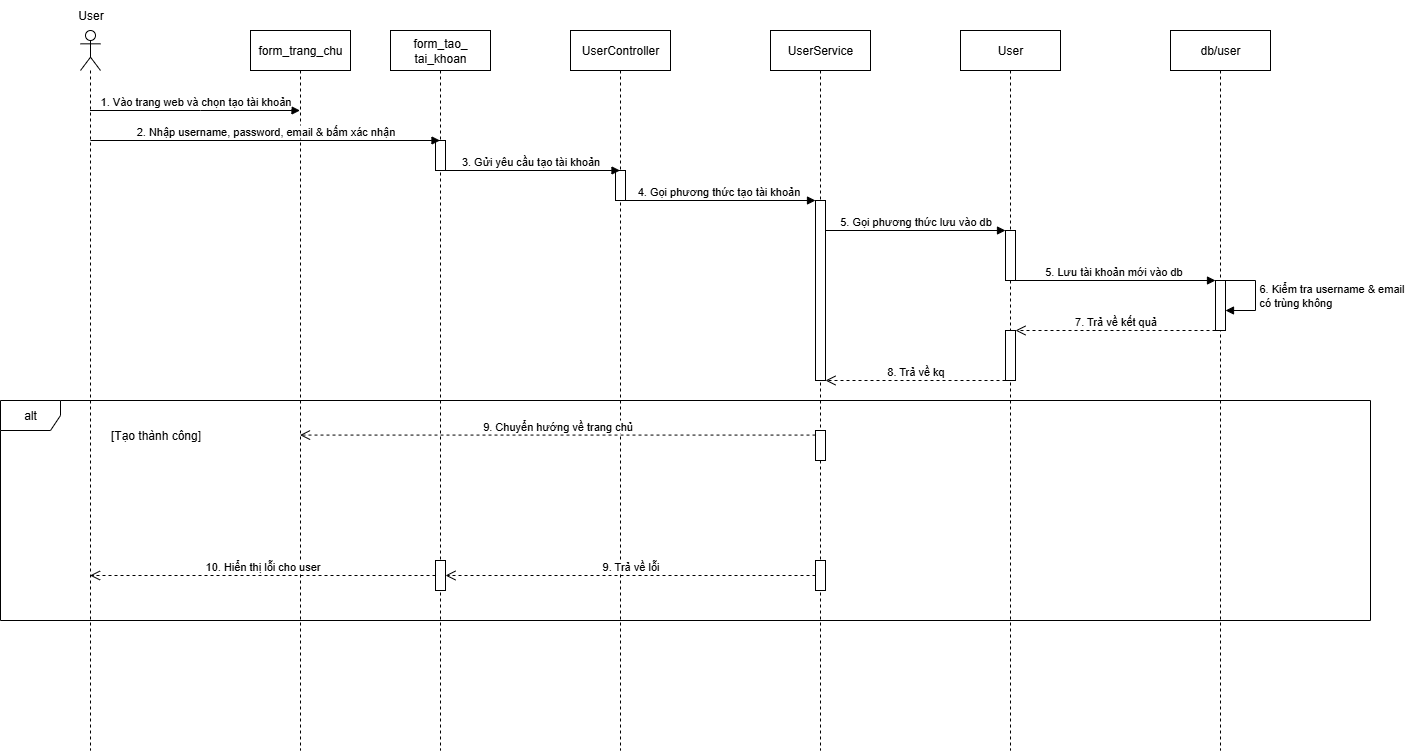
Earlier version of the draw.io export create_user_sequence.drawio.png (huyga1185/but). Source tidied: cells renumbered, new cells last; positions are measured from the earlier drawing's top-left corner, leaving out a move shared by most shapes. The source it was exported from:
```xml
<mxGraphModel>
  <root>
    <mxCell id="0" />
    <mxCell id="1" parent="0" />
    <mxCell id="2" style="shape=umlLifeline;perimeter=lifelinePerimeter;whiteSpace=wrap;html=1;outlineConnect=0;portConstraint=eastwest;newEdgeStyle={&quot;curved&quot;:0,&quot;rounded&quot;:0};participant=umlActor;" parent="1" vertex="1">
      <mxGeometry x="80" y="30" width="20" height="720" as="geometry" />
    </mxCell>
    <mxCell id="3" value="form_tao_&lt;br&gt;tai_khoan" style="shape=umlLifeline;perimeter=lifelinePerimeter;whiteSpace=wrap;html=1;newEdgeStyle={&quot;curved&quot;:0,&quot;rounded&quot;:0};" parent="1" vertex="1">
      <mxGeometry x="390" y="30" width="100" height="720" as="geometry" />
    </mxCell>
    <mxCell id="4" style="html=1;perimeter=orthogonalPerimeter;targetShapes=umlLifeline;newEdgeStyle={&quot;curved&quot;:0,&quot;rounded&quot;:0};" parent="3" vertex="1">
      <mxGeometry x="45" y="110" width="10" height="30" as="geometry" />
    </mxCell>
    <mxCell id="5" value="UserController" style="shape=umlLifeline;perimeter=lifelinePerimeter;whiteSpace=wrap;html=1;newEdgeStyle={&quot;curved&quot;:0,&quot;rounded&quot;:0};" parent="1" vertex="1">
      <mxGeometry x="570" y="30" width="100" height="720" as="geometry" />
    </mxCell>
    <mxCell id="6" style="html=1;perimeter=orthogonalPerimeter;targetShapes=umlLifeline;newEdgeStyle={&quot;curved&quot;:0,&quot;rounded&quot;:0};" parent="5" vertex="1">
      <mxGeometry x="45" y="140" width="10" height="30" as="geometry" />
    </mxCell>
    <mxCell id="7" value="User" style="shape=umlLifeline;perimeter=lifelinePerimeter;whiteSpace=wrap;html=1;newEdgeStyle={&quot;curved&quot;:0,&quot;rounded&quot;:0};" parent="1" vertex="1">
      <mxGeometry x="960" y="30" width="100" height="720" as="geometry" />
    </mxCell>
    <mxCell id="8" style="html=1;perimeter=orthogonalPerimeter;targetShapes=umlLifeline;newEdgeStyle={&quot;curved&quot;:0,&quot;rounded&quot;:0};" parent="7" vertex="1">
      <mxGeometry x="45" y="200" width="10" height="50" as="geometry" />
    </mxCell>
    <mxCell id="9" style="html=1;points=[[0,0,0,0,5],[0,1,0,0,-5],[1,0,0,0,5],[1,1,0,0,-5]];perimeter=orthogonalPerimeter;outlineConnect=0;targetShapes=umlLifeline;portConstraint=eastwest;newEdgeStyle={&quot;curved&quot;:0,&quot;rounded&quot;:0};" parent="7" vertex="1">
      <mxGeometry x="45" y="300" width="10" height="50" as="geometry" />
    </mxCell>
    <mxCell id="10" value="db/user" style="shape=umlLifeline;perimeter=lifelinePerimeter;whiteSpace=wrap;html=1;newEdgeStyle={&quot;curved&quot;:0,&quot;rounded&quot;:0};" parent="1" vertex="1">
      <mxGeometry x="1170" y="30" width="100" height="720" as="geometry" />
    </mxCell>
    <mxCell id="11" value="6. Kiểm tra username &amp;amp; email&lt;br&gt;có trùng không" style="html=1;align=left;spacingLeft=2;endArrow=block;rounded=0;edgeStyle=orthogonalEdgeStyle;curved=0;rounded=0;" parent="10" edge="1">
      <mxGeometry relative="1" as="geometry">
        <mxPoint x="55" y="250" as="sourcePoint" />
        <mxPoint x="55" y="280" as="targetPoint" />
        <Array as="points">
          <mxPoint x="85" y="250" />
          <mxPoint x="85" y="280" />
        </Array>
      </mxGeometry>
    </mxCell>
    <mxCell id="12" style="html=1;points=[[0,0,0,0,5],[0,1,0,0,-5],[1,0,0,0,5],[1,1,0,0,-5]];perimeter=orthogonalPerimeter;outlineConnect=0;targetShapes=umlLifeline;portConstraint=eastwest;newEdgeStyle={&quot;curved&quot;:0,&quot;rounded&quot;:0};" parent="10" vertex="1">
      <mxGeometry x="45" y="250" width="10" height="50" as="geometry" />
    </mxCell>
    <mxCell id="13" value="User" style="text;html=1;align=center;verticalAlign=middle;strokeColor=none;fillColor=none;" parent="1" vertex="1">
      <mxGeometry x="65" width="50" height="30" as="geometry" />
    </mxCell>
    <mxCell id="14" value="&lt;font face=&quot;Helvetica&quot;&gt;1. Vào trang web và chọn tạo tài khoản&lt;/font&gt;" style="html=1;verticalAlign=bottom;endArrow=block;curved=0;rounded=0;" parent="1" edge="1" source="2" target="16">
      <mxGeometry relative="1" as="geometry">
        <Array as="points">
          <mxPoint x="200" y="110" />
        </Array>
      </mxGeometry>
    </mxCell>
    <mxCell id="15" value="3. Gửi yêu cầu tạo tài khoản" style="html=1;verticalAlign=bottom;endArrow=block;curved=0;rounded=0;" parent="1" edge="1">
      <mxGeometry relative="1" as="geometry">
        <mxPoint x="439.9" y="170" as="sourcePoint" />
        <mxPoint x="619.5" y="170" as="targetPoint" />
      </mxGeometry>
    </mxCell>
    <mxCell id="16" value="form_trang_chu" style="shape=umlLifeline;perimeter=lifelinePerimeter;whiteSpace=wrap;html=1;outlineConnect=0;portConstraint=eastwest;newEdgeStyle={&quot;curved&quot;:0,&quot;rounded&quot;:0};" parent="1" vertex="1">
      <mxGeometry x="250" y="30" width="100" height="720" as="geometry" />
    </mxCell>
    <mxCell id="17" value="2. Nhập username, password, email &amp;amp; bấm xác nhận" style="html=1;verticalAlign=bottom;endArrow=block;curved=0;rounded=0;" parent="1" edge="1">
      <mxGeometry relative="1" as="geometry">
        <mxPoint x="89.9" y="140" as="sourcePoint" />
        <mxPoint x="439.5" y="140" as="targetPoint" />
      </mxGeometry>
    </mxCell>
    <mxCell id="18" value="4. Gọi phương thức tạo tài khoản" style="html=1;verticalAlign=bottom;endArrow=block;curved=0;rounded=0;" parent="1" edge="1" target="22">
      <mxGeometry relative="1" as="geometry">
        <mxPoint x="619.9" y="200" as="sourcePoint" />
      </mxGeometry>
    </mxCell>
    <mxCell id="19" value="5. Lưu tài khoản mới vào db" style="html=1;verticalAlign=bottom;endArrow=block;curved=0;rounded=0;" parent="1" edge="1" target="12">
      <mxGeometry relative="1" as="geometry">
        <mxPoint x="1010" y="280" as="sourcePoint" />
      </mxGeometry>
    </mxCell>
    <mxCell id="20" value="7. Trả về kết quả" style="html=1;verticalAlign=bottom;endArrow=open;dashed=1;endSize=8;curved=0;rounded=0;" parent="1" edge="1" source="12" target="9">
      <mxGeometry relative="1" as="geometry" />
    </mxCell>
    <mxCell id="21" value="UserService" style="shape=umlLifeline;perimeter=lifelinePerimeter;whiteSpace=wrap;html=1;newEdgeStyle={&quot;curved&quot;:0,&quot;rounded&quot;:0};" parent="1" vertex="1">
      <mxGeometry x="770" y="30" width="100" height="720" as="geometry" />
    </mxCell>
    <mxCell id="22" style="html=1;points=[[0,0,0,0,5],[0,1,0,0,-5],[1,0,0,0,5],[1,1,0,0,-5]];perimeter=orthogonalPerimeter;outlineConnect=0;targetShapes=umlLifeline;portConstraint=eastwest;newEdgeStyle={&quot;curved&quot;:0,&quot;rounded&quot;:0};" parent="21" vertex="1">
      <mxGeometry x="45" y="170" width="10" height="180" as="geometry" />
    </mxCell>
    <mxCell id="23" style="html=1;points=[[0,0,0,0,5],[0,1,0,0,-5],[1,0,0,0,5],[1,1,0,0,-5]];perimeter=orthogonalPerimeter;outlineConnect=0;targetShapes=umlLifeline;portConstraint=eastwest;newEdgeStyle={&quot;curved&quot;:0,&quot;rounded&quot;:0};" parent="21" vertex="1">
      <mxGeometry x="45" y="530" width="10" height="30" as="geometry" />
    </mxCell>
    <mxCell id="24" value="5. Gọi phương thức lưu vào db" style="html=1;verticalAlign=bottom;endArrow=block;curved=0;rounded=0;" parent="1" edge="1">
      <mxGeometry relative="1" as="geometry">
        <mxPoint x="825" y="230" as="sourcePoint" />
        <mxPoint x="1005" y="230" as="targetPoint" />
      </mxGeometry>
    </mxCell>
    <mxCell id="25" value="8. Trả về kq" style="html=1;verticalAlign=bottom;endArrow=open;dashed=1;endSize=8;curved=0;rounded=0;" parent="1" edge="1" source="9">
      <mxGeometry relative="1" as="geometry">
        <mxPoint x="825" y="380" as="targetPoint" />
      </mxGeometry>
    </mxCell>
    <mxCell id="26" value="alt" style="shape=umlFrame;whiteSpace=wrap;html=1;" parent="1" vertex="1">
      <mxGeometry y="400" width="1370" height="220" as="geometry" />
    </mxCell>
    <mxCell id="27" value="[Tạo thành công]" style="text;html=1;align=center;verticalAlign=middle;strokeColor=none;fillColor=none;" parent="1" vertex="1">
      <mxGeometry x="100" y="420" width="110" height="30" as="geometry" />
    </mxCell>
    <mxCell id="28" style="html=1;perimeter=orthogonalPerimeter;targetShapes=umlLifeline;newEdgeStyle={&quot;curved&quot;:0,&quot;rounded&quot;:0};" parent="1" vertex="1">
      <mxGeometry x="815" y="430" width="10" height="30" as="geometry" />
    </mxCell>
    <mxCell id="29" value="9. Chuyển hướng về trang chủ" style="html=1;verticalAlign=bottom;endArrow=open;dashed=1;endSize=8;curved=0;rounded=0;" parent="1" edge="1" target="16">
      <mxGeometry relative="1" as="geometry">
        <mxPoint x="815" y="434.6" as="sourcePoint" />
      </mxGeometry>
    </mxCell>
    <mxCell id="30" value="9. Trả về lỗi" style="html=1;verticalAlign=bottom;endArrow=open;dashed=1;endSize=8;curved=0;rounded=0;" parent="1" edge="1" source="23" target="31">
      <mxGeometry relative="1" as="geometry" />
    </mxCell>
    <mxCell id="31" style="html=1;points=[[0,0,0,0,5],[0,1,0,0,-5],[1,0,0,0,5],[1,1,0,0,-5]];perimeter=orthogonalPerimeter;outlineConnect=0;targetShapes=umlLifeline;portConstraint=eastwest;newEdgeStyle={&quot;curved&quot;:0,&quot;rounded&quot;:0};" parent="1" vertex="1">
      <mxGeometry x="435" y="560" width="10" height="30" as="geometry" />
    </mxCell>
    <mxCell id="32" value="10. Hiển thị lỗi cho user" style="html=1;verticalAlign=bottom;endArrow=open;dashed=1;endSize=8;curved=0;rounded=0;" parent="1" edge="1" source="31" target="2">
      <mxGeometry relative="1" as="geometry" />
    </mxCell>
  </root>
</mxGraphModel>
```
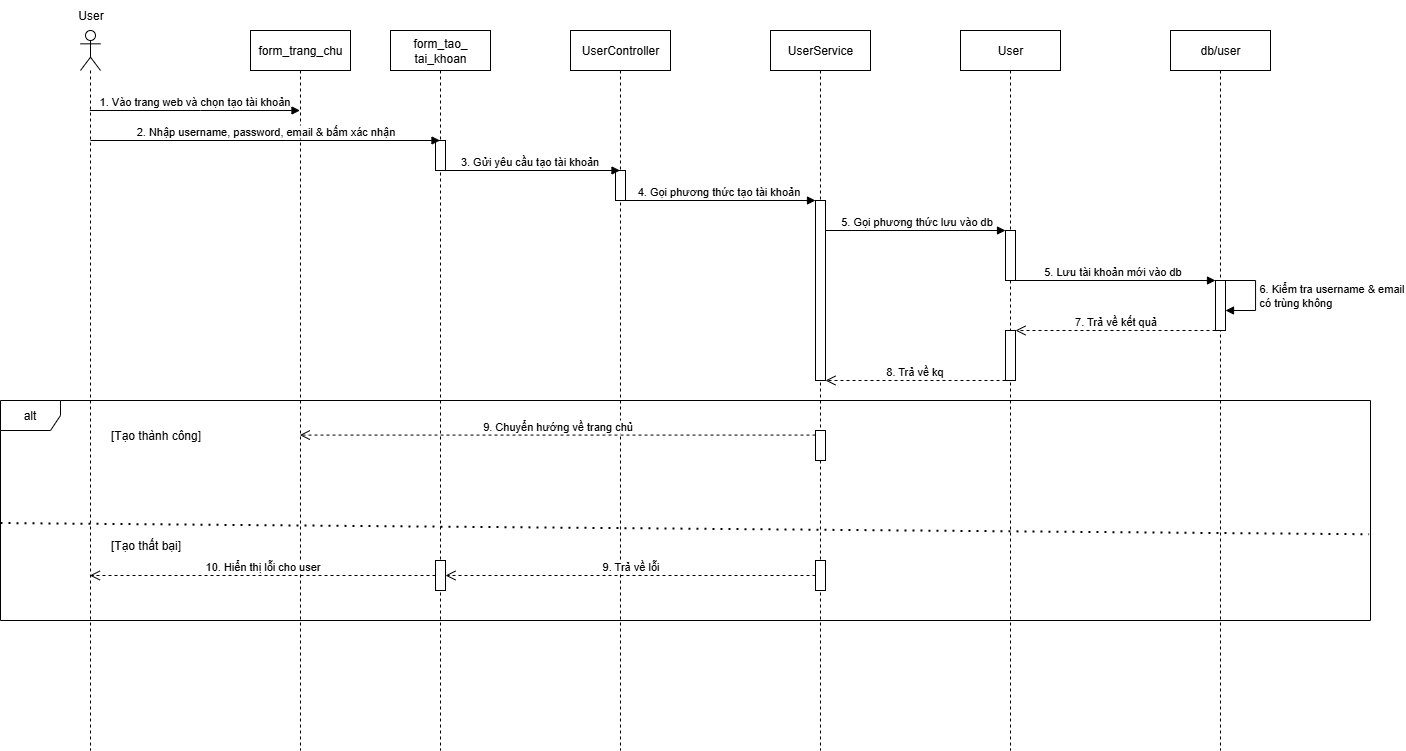
After the change.

The edit, as a diff of the source:
```diff
@@ -123,5 +123,11 @@
     <mxCell id="32" value="10. Hiển thị lỗi cho user" style="html=1;verticalAlign=bottom;endArrow=open;dashed=1;endSize=8;curved=0;rounded=0;" parent="1" edge="1" source="31" target="2">
       <mxGeometry relative="1" as="geometry" />
     </mxCell>
+    <mxCell id="33" style="endArrow=none;dashed=1;html=1;dashPattern=1 3;strokeWidth=2;rounded=0;exitX=0;exitY=0.557;exitDx=0;exitDy=0;exitPerimeter=0;entryX=0.999;entryY=0.608;entryDx=0;entryDy=0;entryPerimeter=0;" parent="1" edge="1" source="26" target="26">
+      <mxGeometry relative="1" as="geometry" />
+    </mxCell>
+    <mxCell id="34" value="[Tạo thất bại]" style="text;html=1;align=center;verticalAlign=middle;strokeColor=none;fillColor=none;" parent="1" vertex="1">
+      <mxGeometry x="100" y="530" width="90" height="30" as="geometry" />
+    </mxCell>
   </root>
 </mxGraphModel>
```
